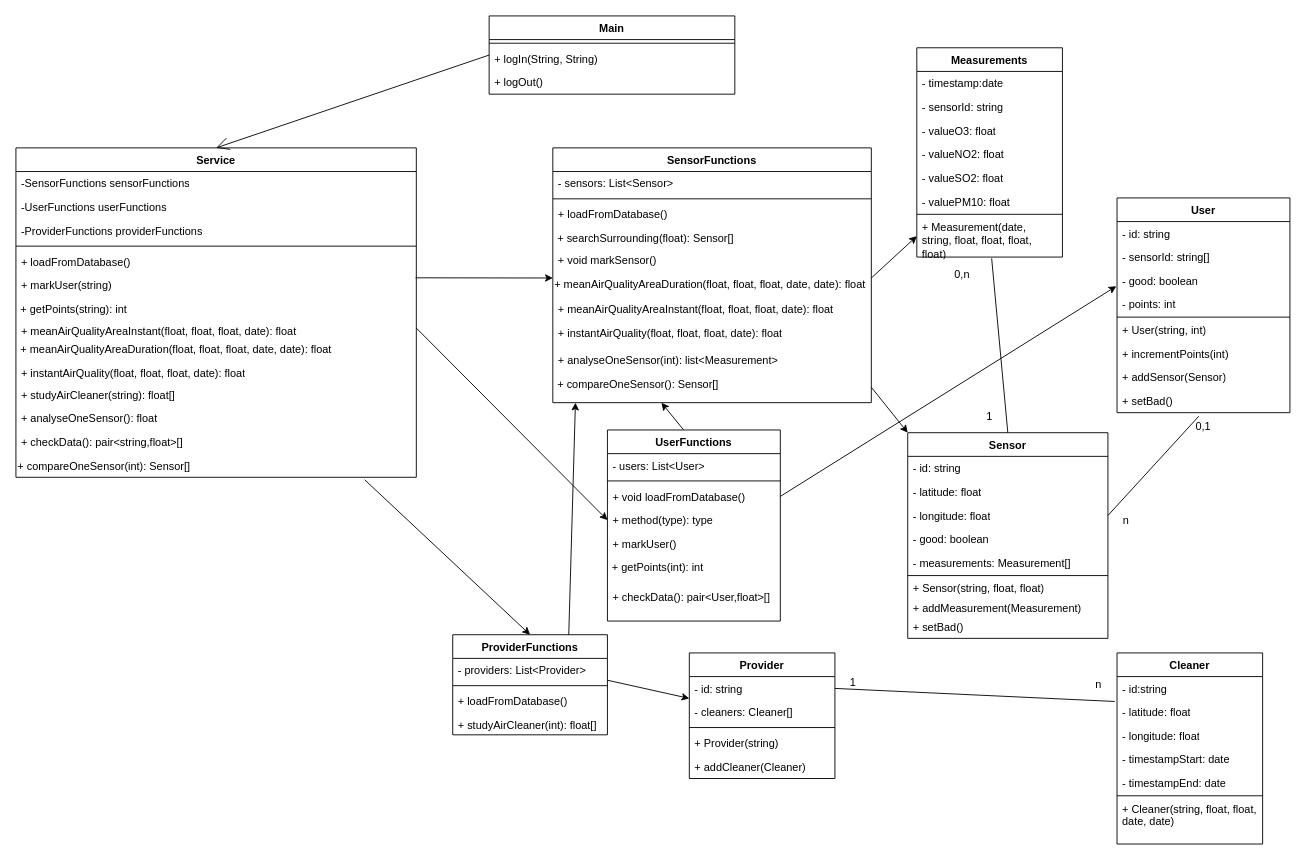
jimmywengzj/GL-TP keeps this draw.io diagram as Class Diagram.drawio. Above is the earlier version. Source tidied: cells renumbered, new cells numbered last; positions are measured from the earlier drawing's top-left corner, leaving out a move shared by most shapes. Both pictures are drawn from the tidied source at 91%, with x=0, y=0 at pixel (15, 15).
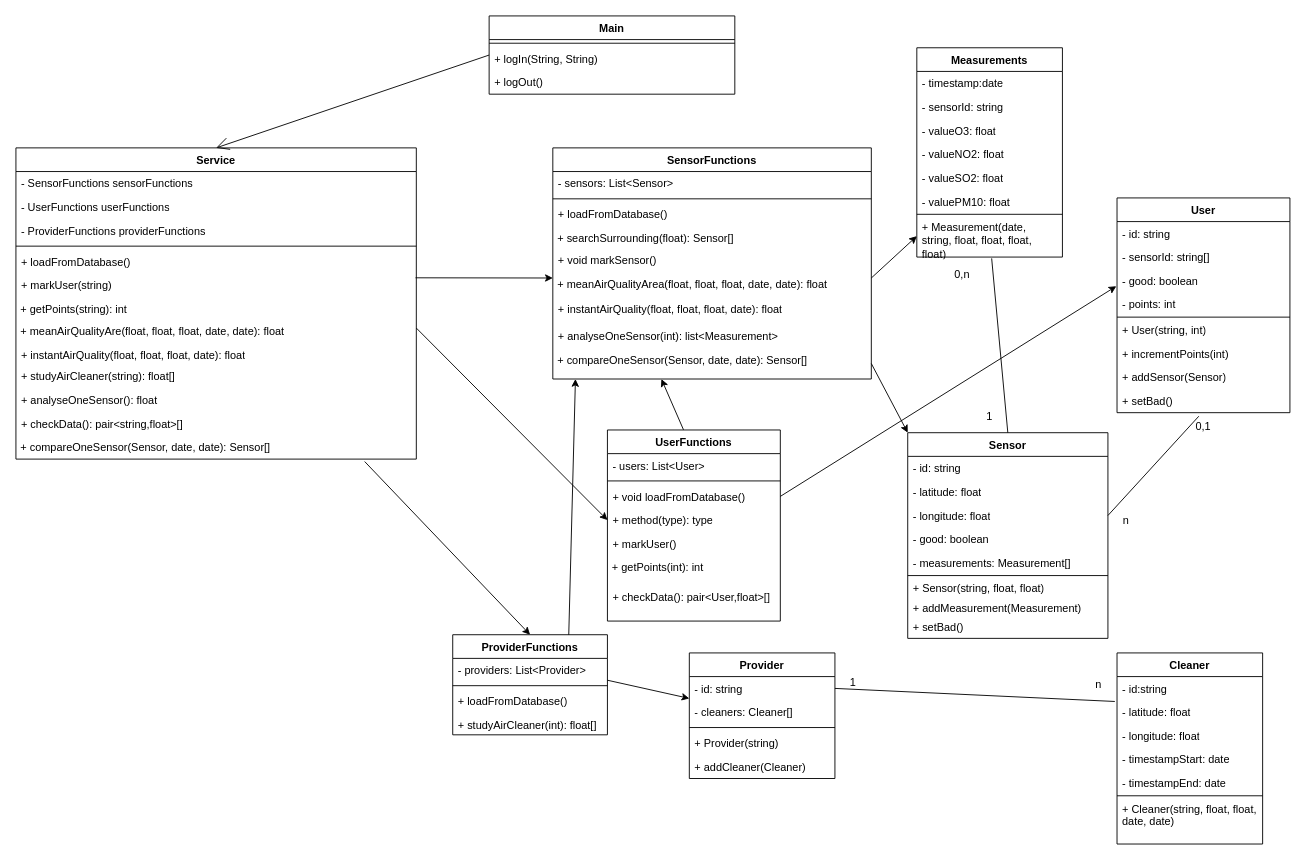
After the change.

Commit message:
Update Class Diagram

The change refers to these unchanged cells:
```xml
<mxCell id="79" value="+ method(type): type" style="text;strokeColor=none;fillColor=none;align=left;verticalAlign=top;spacingLeft=4;spacingRight=4;overflow=hidden;points=[[0,0.5],[1,0.5]];portConstraint=eastwest;whiteSpace=wrap;html=1;" parent="75" vertex="1">
  <mxGeometry y="86" width="190" height="26" as="geometry" />
</mxCell>
```

What changed in the source:
```diff
@@
     <mxCell id="6" value="Service" style="swimlane;fontStyle=1;align=center;verticalAlign=top;horizontal=1;startSize=26;whiteSpace=wrap;html=1;" parent="1" vertex="1">
-      <mxGeometry y="145" width="440" height="362" as="geometry" />
+      <mxGeometry y="145" width="440" height="342" as="geometry" />
     </mxCell>
-    <mxCell id="7" value="&lt;div&gt;-SensorFunctions sensorFunctions&lt;br&gt;&lt;/div&gt;&lt;div&gt;&lt;br&gt;&lt;/div&gt;" style="text;strokeColor=none;fillColor=none;align=left;verticalAlign=top;spacingLeft=4;spacingRight=4;overflow=hidden;whiteSpace=wrap;html=1;" parent="6" vertex="1">
+    <mxCell id="7" value="&lt;div&gt;- SensorFunctions sensorFunctions&lt;/div&gt;" style="text;strokeColor=none;fillColor=none;align=left;verticalAlign=top;spacingLeft=4;spacingRight=4;overflow=hidden;whiteSpace=wrap;html=1;" parent="6" vertex="1">
       <mxGeometry y="26" width="440" height="26" as="geometry" />
     </mxCell>
-    <mxCell id="8" value="&lt;div&gt;-UserFunctions userFunctions&lt;br&gt;&lt;/div&gt;&lt;div&gt;&lt;br&gt;&lt;/div&gt;" style="text;strokeColor=none;fillColor=none;align=left;verticalAlign=top;spacingLeft=4;spacingRight=4;overflow=hidden;whiteSpace=wrap;html=1;" parent="6" vertex="1">
+    <mxCell id="8" value="&lt;div&gt;- UserFunctions userFunctions&lt;br&gt;&lt;/div&gt;&lt;div&gt;&lt;br&gt;&lt;/div&gt;" style="text;strokeColor=none;fillColor=none;align=left;verticalAlign=top;spacingLeft=4;spacingRight=4;overflow=hidden;whiteSpace=wrap;html=1;" parent="6" vertex="1">
       <mxGeometry y="52" width="440" height="26" as="geometry" />
     </mxCell>
-    <mxCell id="9" value="&lt;div&gt;-ProviderFunctions providerFunctions&lt;br&gt;&lt;/div&gt;&lt;div&gt;&lt;br&gt;&lt;/div&gt;" style="text;strokeColor=none;fillColor=none;align=left;verticalAlign=top;spacingLeft=4;spacingRight=4;overflow=hidden;whiteSpace=wrap;html=1;" parent="6" vertex="1">
+    <mxCell id="9" value="&lt;div&gt;- ProviderFunctions providerFunctions&lt;br&gt;&lt;/div&gt;&lt;div&gt;&lt;br&gt;&lt;/div&gt;" style="text;strokeColor=none;fillColor=none;align=left;verticalAlign=top;spacingLeft=4;spacingRight=4;overflow=hidden;whiteSpace=wrap;html=1;" parent="6" vertex="1">
       <mxGeometry y="78" width="440" height="26" as="geometry" />
     </mxCell>
@@
-    <mxCell id="14" value="+ meanAirQualityAreaInstant(float, float, float, date): float" style="text;strokeColor=none;fillColor=none;align=left;verticalAlign=top;spacingLeft=4;spacingRight=4;overflow=hidden;points=[[0,0.5],[1,0.5]];portConstraint=eastwest;whiteSpace=wrap;html=1;" parent="6" vertex="1">
-      <mxGeometry y="188" width="440" height="20" as="geometry" />
-    </mxCell>
-    <mxCell id="15" value="&amp;nbsp;+ meanAirQualityAreaDuration(float, float, float, date, date): float&amp;nbsp;" style="text;whiteSpace=wrap;html=1;" parent="6" vertex="1">
-      <mxGeometry y="208" width="440" height="26" as="geometry" />
+    <mxCell id="15" value="&amp;nbsp;+ meanAirQualityAre(float, float, float, date, date): float&amp;nbsp;" style="text;whiteSpace=wrap;html=1;" parent="6" vertex="1">
+      <mxGeometry y="188" width="440" height="26" as="geometry" />
     </mxCell>
     <mxCell id="16" value="+ instantAirQuality(float, float, float, date): float" style="text;strokeColor=none;fillColor=none;align=left;verticalAlign=top;spacingLeft=4;spacingRight=4;overflow=hidden;whiteSpace=wrap;html=1;" parent="6" vertex="1">
-      <mxGeometry y="234" width="440" height="24" as="geometry" />
+      <mxGeometry y="214" width="440" height="24" as="geometry" />
     </mxCell>
     <mxCell id="17" value="+ studyAirCleaner(string): float[]" style="text;strokeColor=none;fillColor=none;align=left;verticalAlign=top;spacingLeft=4;spacingRight=4;overflow=hidden;whiteSpace=wrap;html=1;" parent="6" vertex="1">
-      <mxGeometry y="258" width="440" height="26" as="geometry" />
+      <mxGeometry y="238" width="440" height="26" as="geometry" />
     </mxCell>
     <mxCell id="18" value="+ analyseOneSensor(): float" style="text;strokeColor=none;fillColor=none;align=left;verticalAlign=top;spacingLeft=4;spacingRight=4;overflow=hidden;whiteSpace=wrap;html=1;" parent="6" vertex="1">
-      <mxGeometry y="284" width="440" height="26" as="geometry" />
+      <mxGeometry y="264" width="440" height="26" as="geometry" />
     </mxCell>
     <mxCell id="19" value="+ checkData(): pair&amp;lt;string,float&amp;gt;[]" style="text;strokeColor=none;fillColor=none;align=left;verticalAlign=top;spacingLeft=4;spacingRight=4;overflow=hidden;whiteSpace=wrap;html=1;" parent="6" vertex="1">
-      <mxGeometry y="310" width="440" height="26" as="geometry" />
+      <mxGeometry y="290" width="440" height="26" as="geometry" />
     </mxCell>
-    <mxCell id="20" value="+ compareOneSensor(int): Sensor[]" style="text;whiteSpace=wrap;html=1;" parent="6" vertex="1">
-      <mxGeometry y="336" width="440" height="26" as="geometry" />
+    <mxCell id="20" value="&amp;nbsp;+ compareOneSensor(Sensor, date, date): Sensor[]" style="text;whiteSpace=wrap;html=1;" parent="6" vertex="1">
+      <mxGeometry y="316" width="440" height="26" as="geometry" />
     </mxCell>
@@
     <mxCell id="64" value="SensorFunctions" style="swimlane;fontStyle=1;align=center;verticalAlign=top;horizontal=1;startSize=26;whiteSpace=wrap;html=1;" parent="1" vertex="1">
-      <mxGeometry x="590" y="145" width="350" height="280" as="geometry" />
+      <mxGeometry x="590" y="145" width="350" height="254" as="geometry" />
     </mxCell>
@@
-    <mxCell id="70" value="+ meanAirQualityAreaDuration(float, float, float, date, date): float" style="text;whiteSpace=wrap;html=1;" parent="64" vertex="1">
+    <mxCell id="70" value="&amp;nbsp;+ meanAirQualityArea(float, float, float, date, date): float" style="text;whiteSpace=wrap;html=1;" parent="64" vertex="1">
       <mxGeometry y="136" width="350" height="28" as="geometry" />
     </mxCell>
-    <mxCell id="71" value="+ meanAirQualityAreaInstant(float, float, float, date): float" style="text;strokeColor=none;fillColor=none;align=left;verticalAlign=top;spacingLeft=4;spacingRight=4;overflow=hidden;whiteSpace=wrap;html=1;" parent="64" vertex="1">
-      <mxGeometry y="164" width="350" height="26" as="geometry" />
-    </mxCell>
     <mxCell id="72" value="+ instantAirQuality(float, float, float, date): float" style="text;strokeColor=none;fillColor=none;align=left;verticalAlign=top;spacingLeft=4;spacingRight=4;overflow=hidden;whiteSpace=wrap;html=1;" parent="64" vertex="1">
-      <mxGeometry y="190" width="350" height="30" as="geometry" />
+      <mxGeometry y="164" width="350" height="30" as="geometry" />
     </mxCell>
     <mxCell id="73" value="+ analyseOneSensor(int): list&amp;lt;Measurement&amp;gt;" style="text;strokeColor=none;fillColor=none;align=left;verticalAlign=top;spacingLeft=4;spacingRight=4;overflow=hidden;whiteSpace=wrap;html=1;" parent="64" vertex="1">
-      <mxGeometry y="220" width="350" height="26" as="geometry" />
+      <mxGeometry y="194" width="350" height="26" as="geometry" />
     </mxCell>
-    <mxCell id="74" value="&amp;nbsp;+ compareOneSensor(): Sensor[]" style="text;whiteSpace=wrap;html=1;" parent="64" vertex="1">
-      <mxGeometry y="246" width="350" height="34" as="geometry" />
+    <mxCell id="74" value="&amp;nbsp;+ compareOneSensor(Sensor, date, date): Sensor[]" style="text;whiteSpace=wrap;html=1;" parent="64" vertex="1">
+      <mxGeometry y="220" width="350" height="34" as="geometry" />
     </mxCell>
@@
-    <mxCell id="93" style="endArrow=classic;html=1;rounded=0;exitX=1;exitY=0.5;exitDx=0;exitDy=0;entryX=0;entryY=0.5;entryDx=0;entryDy=0;" parent="1" edge="1" source="14" target="79">
-      <mxGeometry relative="1" as="geometry" />
+    <mxCell id="93" style="endArrow=classic;html=1;rounded=0;exitX=1;exitY=0.5;exitDx=0;exitDy=0;entryX=0;entryY=0.5;entryDx=0;entryDy=0;" parent="1" edge="1" target="79">
+      <mxGeometry relative="1" as="geometry">
+        <mxPoint x="440" y="343" as="sourcePoint" />
+      </mxGeometry>
     </mxCell>
```
